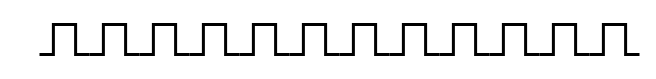
Above: Untitled Diagram.drawio in hackiusnet/Diagrams (draw.io), before the change. Source tidied: cells renumbered, new cells numbered last; positions are measured from the earlier drawing's top-left corner, leaving out a move shared by most shapes. Both pictures are drawn from the tidied source at 100%, with x=0, y=0 at pixel (39, 24).
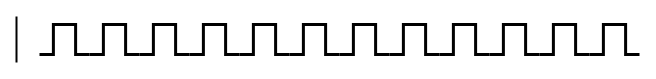
The same diagram, later.

Change to the diagram source:
```diff
@@
 <mxGraphModel>
   <root>
     <mxCell id="0" />
     <mxCell id="1" parent="0" />
     <mxCell id="2" style="group;" parent="1" vertex="1">
       <mxGeometry width="600" height="30" as="geometry" />
     </mxCell>
     <mxCell id="3" style="verticalLabelPosition=bottom;shadow=0;dashed=0;align=center;html=1;verticalAlign=top;shape=mxgraph.electrical.waveforms.pulse_1;strokeWidth=3;" parent="2" vertex="1">
       <mxGeometry width="50" height="30" as="geometry" />
     </mxCell>
     <mxCell id="4" style="verticalLabelPosition=bottom;shadow=0;dashed=0;align=center;html=1;verticalAlign=top;shape=mxgraph.electrical.waveforms.pulse_1;strokeWidth=3;" parent="2" vertex="1">
       <mxGeometry x="50" width="50" height="30" as="geometry" />
     </mxCell>
     <mxCell id="5" style="verticalLabelPosition=bottom;shadow=0;dashed=0;align=center;html=1;verticalAlign=top;shape=mxgraph.electrical.waveforms.pulse_1;strokeWidth=3;" parent="2" vertex="1">
       <mxGeometry x="100" width="50" height="30" as="geometry" />
     </mxCell>
     <mxCell id="6" style="verticalLabelPosition=bottom;shadow=0;dashed=0;align=center;html=1;verticalAlign=top;shape=mxgraph.electrical.waveforms.pulse_1;strokeWidth=3;" parent="2" vertex="1">
       <mxGeometry x="150" width="50" height="30" as="geometry" />
     </mxCell>
     <mxCell id="7" style="verticalLabelPosition=bottom;shadow=0;dashed=0;align=center;html=1;verticalAlign=top;shape=mxgraph.electrical.waveforms.pulse_1;strokeWidth=3;" parent="2" vertex="1">
       <mxGeometry x="200" width="50" height="30" as="geometry" />
     </mxCell>
     <mxCell id="8" style="verticalLabelPosition=bottom;shadow=0;dashed=0;align=center;html=1;verticalAlign=top;shape=mxgraph.electrical.waveforms.pulse_1;strokeWidth=3;" parent="2" vertex="1">
       <mxGeometry x="250" width="50" height="30" as="geometry" />
     </mxCell>
     <mxCell id="9" style="verticalLabelPosition=bottom;shadow=0;dashed=0;align=center;html=1;verticalAlign=top;shape=mxgraph.electrical.waveforms.pulse_1;strokeWidth=3;" parent="2" vertex="1">
       <mxGeometry x="300" width="50" height="30" as="geometry" />
     </mxCell>
     <mxCell id="10" style="verticalLabelPosition=bottom;shadow=0;dashed=0;align=center;html=1;verticalAlign=top;shape=mxgraph.electrical.waveforms.pulse_1;strokeWidth=3;" parent="2" vertex="1">
       <mxGeometry x="350" width="50" height="30" as="geometry" />
     </mxCell>
     <mxCell id="11" style="verticalLabelPosition=bottom;shadow=0;dashed=0;align=center;html=1;verticalAlign=top;shape=mxgraph.electrical.waveforms.pulse_1;strokeWidth=3;" parent="2" vertex="1">
       <mxGeometry x="400" width="50" height="30" as="geometry" />
     </mxCell>
     <mxCell id="12" style="verticalLabelPosition=bottom;shadow=0;dashed=0;align=center;html=1;verticalAlign=top;shape=mxgraph.electrical.waveforms.pulse_1;strokeWidth=3;" parent="2" vertex="1">
       <mxGeometry x="450" width="50" height="30" as="geometry" />
     </mxCell>
     <mxCell id="13" style="verticalLabelPosition=bottom;shadow=0;dashed=0;align=center;html=1;verticalAlign=top;shape=mxgraph.electrical.waveforms.pulse_1;strokeWidth=3;" parent="2" vertex="1">
       <mxGeometry x="500" width="50" height="30" as="geometry" />
     </mxCell>
     <mxCell id="14" style="verticalLabelPosition=bottom;shadow=0;dashed=0;align=center;html=1;verticalAlign=top;shape=mxgraph.electrical.waveforms.pulse_1;strokeWidth=3;" parent="2" vertex="1">
       <mxGeometry x="550" width="50" height="30" as="geometry" />
     </mxCell>
+    <mxCell id="15" style="endArrow=none;html=1;rounded=0;strokeWidth=2;" parent="1" edge="1">
+      <mxGeometry relative="1" as="geometry">
+        <mxPoint x="-23" y="38" as="sourcePoint" />
+        <mxPoint x="-23" y="-8" as="targetPoint" />
+      </mxGeometry>
+    </mxCell>
   </root>
 </mxGraphModel>
```
